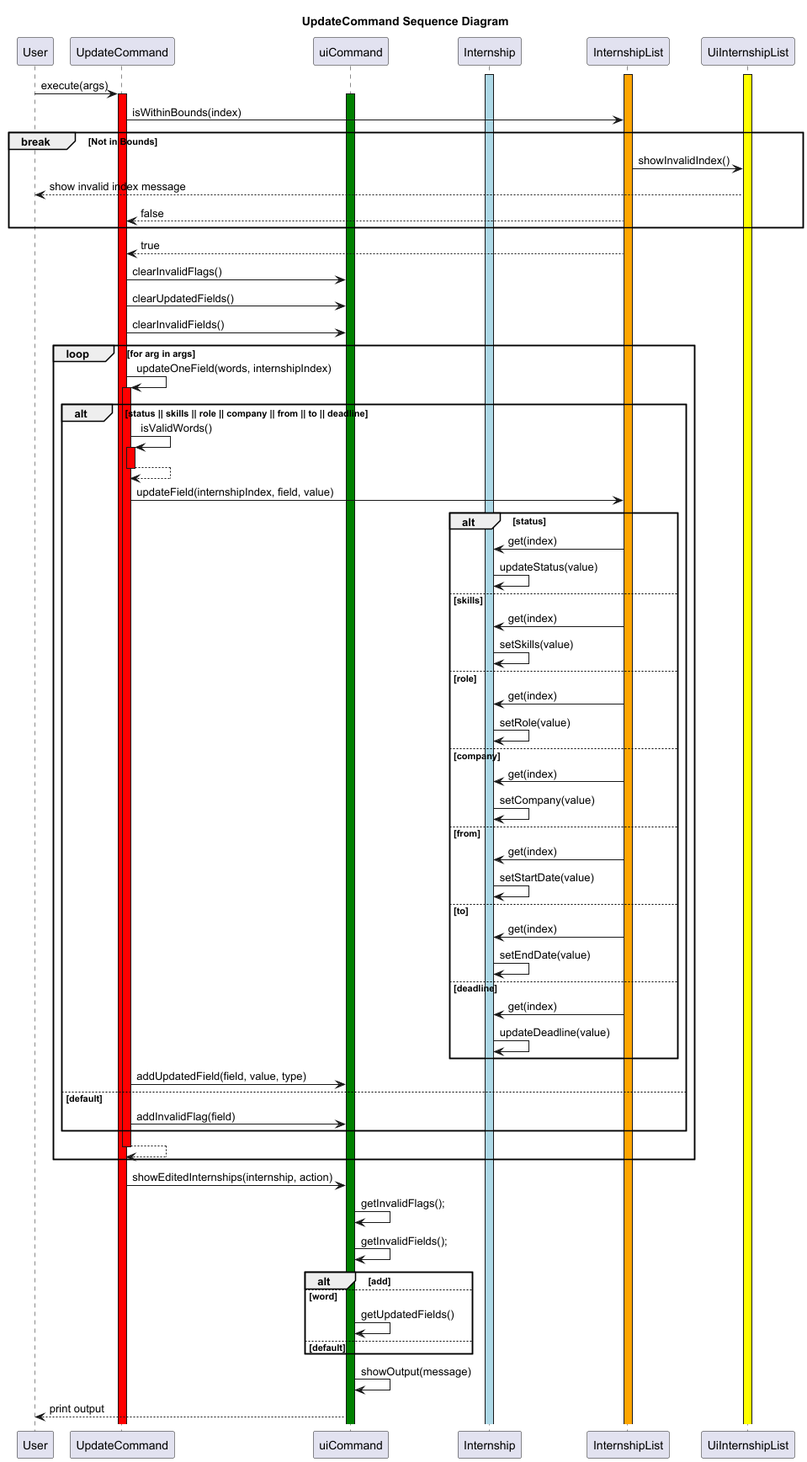
This is docs/UML/UpdateCommand_Sequence_Diagram.png from nus-cs2113-AY2425S1/tp, a PlantUML export, as it was before one commit.
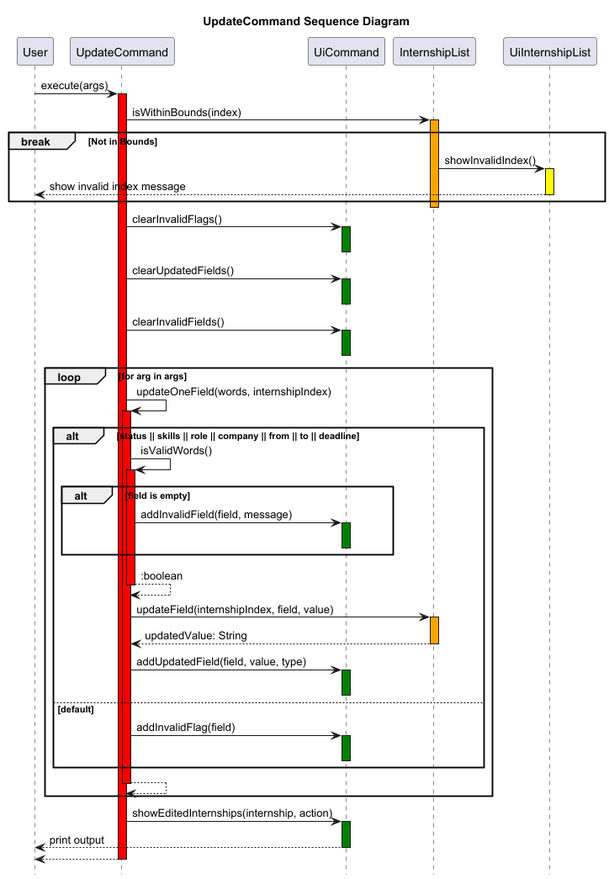
Above is the later version.

Commit message:
Edit UpdateCommand Sequence Diagram

Diff of the diagram source:
```diff
@@ -1,90 +1,82 @@
 @startuml
 title UpdateCommand Sequence Diagram
+hide footbox
 
 participant User
 participant UpdateCommand
-participant uiCommand
-participant Internship
+participant UiCommand
 participant InternshipList
 participant UiInternshipList
 
-activate InternshipList #orange
-activate UiInternshipList #yellow
-activate Internship #lightblue
-
 User -> UpdateCommand:execute(args)
 activate UpdateCommand #red
-activate uiCommand #green
 
 UpdateCommand -> InternshipList:isWithinBounds(index)
+activate InternshipList #orange
+
 break Not in Bounds
     InternshipList -> UiInternshipList:showInvalidIndex()
+    activate UiInternshipList #yellow
     UiInternshipList --> User:show invalid index message
-    InternshipList --> UpdateCommand: false
+    deactivate UiInternshipList
 end
 
-InternshipList --> UpdateCommand: true
+deactivate InternshipList
 
-UpdateCommand -> uiCommand:clearInvalidFlags()
-UpdateCommand -> uiCommand:clearUpdatedFields()
-UpdateCommand -> uiCommand:clearInvalidFields()
+UpdateCommand -> UiCommand:clearInvalidFlags()
+activate UiCommand #green
+deactivate UiCommand
+
+UpdateCommand -> UiCommand:clearUpdatedFields()
+activate UiCommand #green
+deactivate UiCommand
+
+UpdateCommand -> UiCommand:clearInvalidFields()
+activate UiCommand #green
+deactivate UiCommand
 
 loop for arg in args
     UpdateCommand -> UpdateCommand:updateOneField(words, internshipIndex)
     activate UpdateCommand #red
+
     alt status || skills || role || company || from || to || deadline
         UpdateCommand -> UpdateCommand:isValidWords()
         activate UpdateCommand #red
-        UpdateCommand --> UpdateCommand
+
+        alt field is empty
+            UpdateCommand -> UiCommand:addInvalidField(field, message)
+            activate UiCommand #green
+            deactivate UiCommand
+        end
+
+        UpdateCommand --> UpdateCommand: :boolean
         deactivate UpdateCommand
 
         UpdateCommand -> InternshipList:updateField(internshipIndex, field, value)
-        alt status
-            InternshipList -> Internship:get(index)
-            Internship -> Internship:updateStatus(value)
-        else skills
-            InternshipList -> Internship:get(index)
-            Internship -> Internship:setSkills(value)
-        else role
-            InternshipList -> Internship:get(index)
-            Internship -> Internship:setRole(value)
-        else company
-            InternshipList -> Internship:get(index)
-            Internship -> Internship:setCompany(value)
-        else from
-            InternshipList -> Internship:get(index)
-            Internship -> Internship:setStartDate(value)
-        else to
-            InternshipList -> Internship:get(index)
-            Internship -> Internship:setEndDate(value)
-        else deadline
-            InternshipList -> Internship:get(index)
-            Internship -> Internship:updateDeadline(value)
-        end
+        activate InternshipList #orange
+        InternshipList --> UpdateCommand:updatedValue: String
+        deactivate InternshipList
 
-        UpdateCommand -> uiCommand:addUpdatedField(field, value, type)
+        UpdateCommand -> UiCommand:addUpdatedField(field, value, type)
+        activate UiCommand #green
+        deactivate UiCommand
     else default
-        UpdateCommand -> uiCommand:addInvalidFlag(field)
+        UpdateCommand -> UiCommand:addInvalidFlag(field)
+        activate UiCommand #green
+        deactivate UiCommand
     end
+
     UpdateCommand --> UpdateCommand
     deactivate UpdateCommand
-end
-
-UpdateCommand -> uiCommand:showEditedInternships(internship, action)
-
-uiCommand -> uiCommand:getInvalidFlags();
-uiCommand -> uiCommand:getInvalidFields();
-
-alt add
-
-else word
-    uiCommand -> uiCommand:getUpdatedFields()
-
-else default
 
 end
 
-uiCommand -> uiCommand:showOutput(message)
-uiCommand --> User:print output
+UpdateCommand -> UiCommand:showEditedInternships(internship, action)
+activate UiCommand #green
+UiCommand --> User:print output
+deactivate UiCommand
+
+UpdateCommand --> User
+deactivate UpdateCommand
 
 @enduml
```
